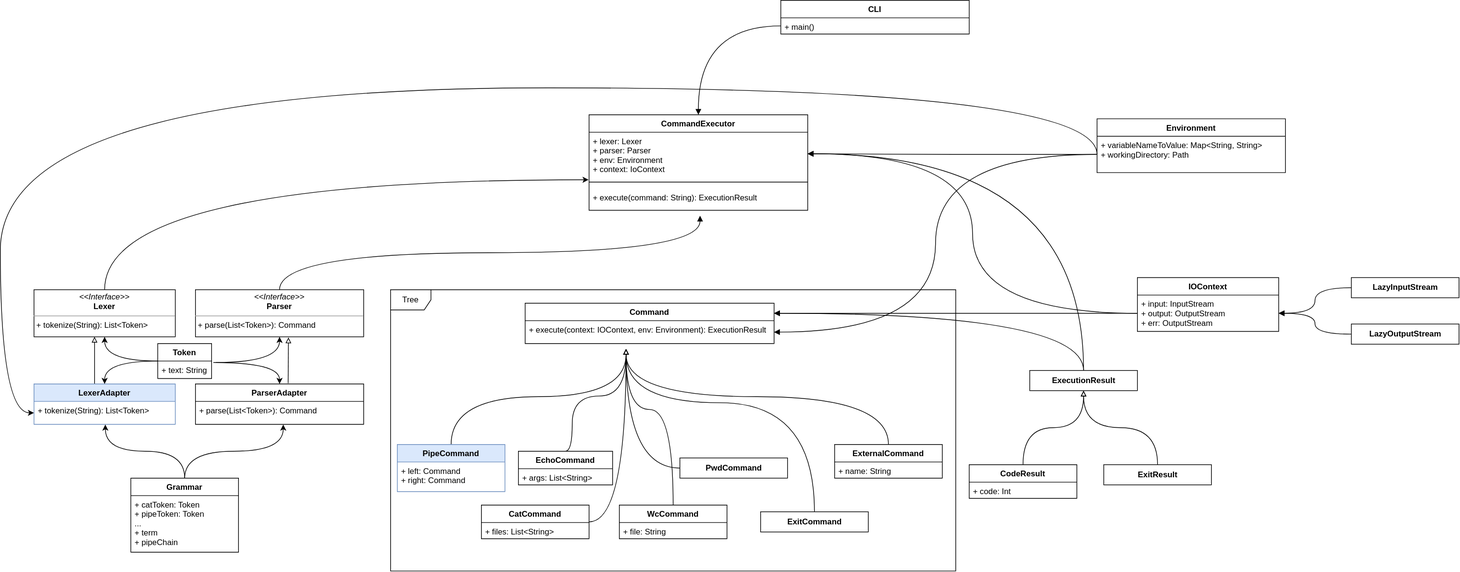
Earlier version of the draw.io export CLI Design.svg (kkarnauk/sd-hse-spring-2022). Source tidied: cells renumbered, new cells last; positions are measured from the earlier drawing's top-left corner, leaving out a move shared by most shapes.
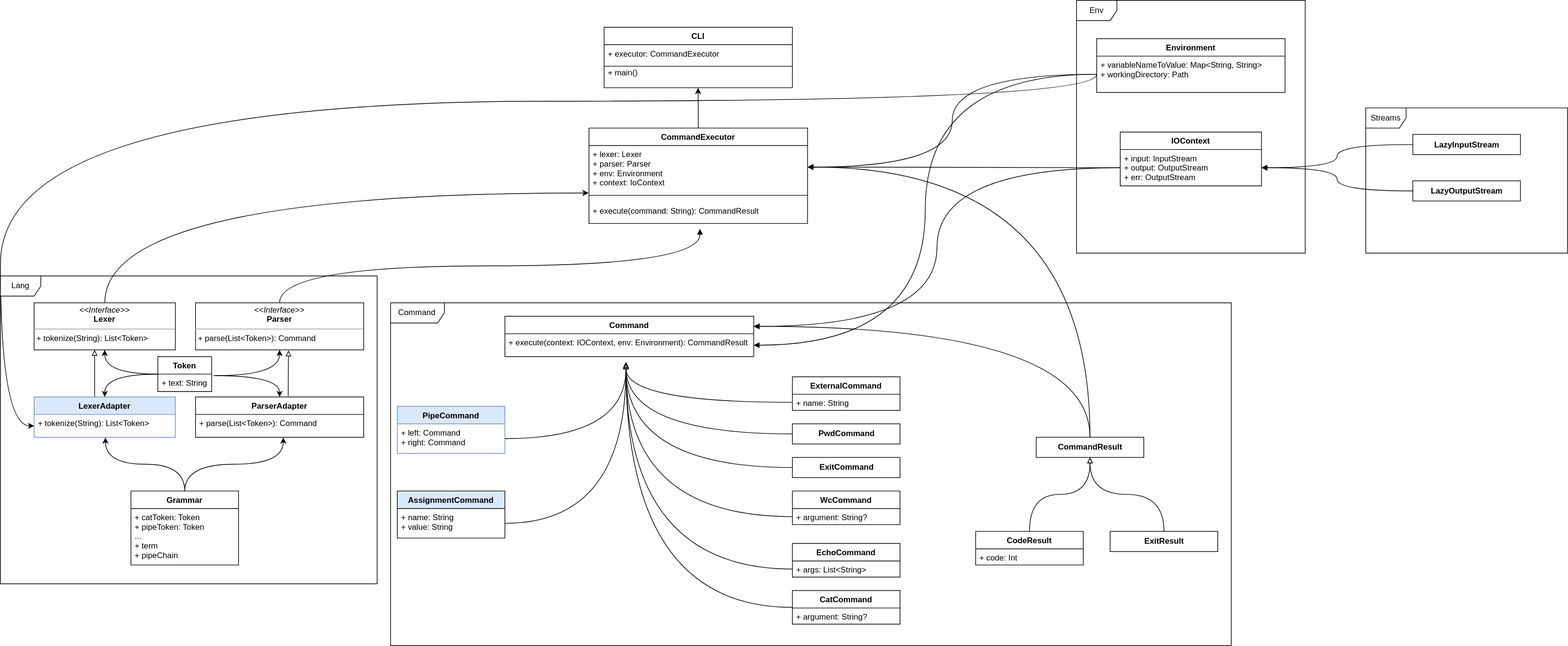
Later version of the same file.

Commit message:
Update design diagram and doc

What changed in the source:
```diff
@@ -2,9 +2,12 @@
   <root>
     <mxCell id="0" />
     <mxCell id="1" parent="0" />
-    <mxCell id="2" value="Tree" style="shape=umlFrame;whiteSpace=wrap;html=1;" parent="1" vertex="1">
-      <mxGeometry x="580" y="430" width="840" height="418" as="geometry" />
+    <mxCell id="2" value="Command" style="shape=umlFrame;whiteSpace=wrap;html=1;width=80;height=30;" parent="1" vertex="1">
+      <mxGeometry x="580" y="430" width="1250" height="510" as="geometry" />
     </mxCell>
+    <mxCell id="72" value="Env" style="shape=umlFrame;whiteSpace=wrap;html=1;" parent="1" vertex="1">
+      <mxGeometry x="1600" y="-20" width="340" height="376" as="geometry" />
+    </mxCell>
     <mxCell id="3" style="edgeStyle=orthogonalEdgeStyle;rounded=0;jettySize=auto;html=1;entryX=-0.002;entryY=1.103;entryDx=0;entryDy=0;entryPerimeter=0;endArrow=classic;endFill=1;curved=1;" parent="1" edge="1" source="4" target="34">
       <mxGeometry relative="1" as="geometry" />
     </mxCell>
@@ -54,13 +57,8 @@
     <mxCell id="16" value="+ catToken: Token&#10;+ pipeToken: Token&#10;...&#10;+ term&#10;+ pipeChain&#10;" style="text;strokeColor=none;fillColor=none;align=left;verticalAlign=top;spacingLeft=4;spacingRight=4;overflow=hidden;rounded=0;" parent="15" vertex="1">
       <mxGeometry y="26" width="160" height="84" as="geometry" />
     </mxCell>
-    <mxCell id="17" style="edgeStyle=orthogonalEdgeStyle;rounded=0;jettySize=auto;html=1;exitX=0.5;exitY=0;exitDx=0;exitDy=0;entryX=0.5;entryY=1;entryDx=0;entryDy=0;endArrow=block;endFill=0;curved=1;" parent="1" edge="1" source="18">
-      <mxGeometry relative="1" as="geometry">
-        <mxPoint x="930" y="518" as="targetPoint" />
-      </mxGeometry>
-    </mxCell>
     <mxCell id="18" value="PipeCommand" style="swimlane;fontStyle=1;align=center;verticalAlign=top;horizontal=1;startSize=26;rounded=0;fillColor=#dae8fc;strokeColor=#6c8ebf;" parent="1" vertex="1">
-      <mxGeometry x="590" y="660" width="160" height="70" as="geometry" />
+      <mxGeometry x="590" y="584" width="160" height="70" as="geometry" />
     </mxCell>
     <mxCell id="19" value="+ left: Command&#10;+ right: Command" style="text;strokeColor=none;fillColor=none;align=left;verticalAlign=top;spacingLeft=4;spacingRight=4;overflow=hidden;points=[[0,0.5],[1,0.5]];portConstraint=eastwest;rounded=0;" parent="18" vertex="1">
       <mxGeometry y="26" width="160" height="44" as="geometry" />
@@ -71,40 +69,21 @@
       </mxGeometry>
     </mxCell>
     <mxCell id="21" value="CatCommand" style="swimlane;fontStyle=1;align=center;verticalAlign=top;horizontal=1;startSize=26;rounded=0;" parent="1" vertex="1">
-      <mxGeometry x="715" y="750" width="160" height="50" as="geometry" />
+      <mxGeometry x="1177.5" y="858" width="160" height="50" as="geometry" />
     </mxCell>
-    <mxCell id="22" value="+ files: List&lt;String&gt;" style="text;strokeColor=none;fillColor=none;align=left;verticalAlign=top;spacingLeft=4;spacingRight=4;overflow=hidden;rounded=0;" parent="21" vertex="1">
+    <mxCell id="22" value="+ argument: String?" style="text;strokeColor=none;fillColor=none;align=left;verticalAlign=top;spacingLeft=4;spacingRight=4;overflow=hidden;rounded=0;" parent="21" vertex="1">
       <mxGeometry y="26" width="160" height="24" as="geometry" />
     </mxCell>
-    <mxCell id="23" style="edgeStyle=orthogonalEdgeStyle;rounded=0;jettySize=auto;html=1;endArrow=block;endFill=0;curved=1;exitX=0.5;exitY=0;exitDx=0;exitDy=0;" parent="1" edge="1" source="24">
-      <mxGeometry relative="1" as="geometry">
-        <mxPoint x="930" y="518" as="targetPoint" />
-        <Array as="points">
-          <mxPoint x="850" y="670" />
-          <mxPoint x="850" y="588" />
-          <mxPoint x="930" y="588" />
-        </Array>
-      </mxGeometry>
-    </mxCell>
     <mxCell id="24" value="EchoCommand" style="swimlane;fontStyle=1;align=center;verticalAlign=top;horizontal=1;startSize=26;rounded=0;" parent="1" vertex="1">
-      <mxGeometry x="770" y="670" width="140" height="50" as="geometry" />
+      <mxGeometry x="1177.5" y="788" width="160" height="50" as="geometry" />
     </mxCell>
     <mxCell id="25" value="+ args: List&lt;String&gt;" style="text;strokeColor=none;fillColor=none;align=left;verticalAlign=top;spacingLeft=4;spacingRight=4;overflow=hidden;points=[[0,0.5],[1,0.5]];portConstraint=eastwest;rounded=0;" parent="24" vertex="1">
-      <mxGeometry y="26" width="140" height="24" as="geometry" />
+      <mxGeometry y="26" width="160" height="24" as="geometry" />
     </mxCell>
-    <mxCell id="26" style="edgeStyle=orthogonalEdgeStyle;rounded=0;jettySize=auto;html=1;endArrow=block;endFill=0;curved=1;" parent="1" edge="1" source="27">
-      <mxGeometry relative="1" as="geometry">
-        <mxPoint x="930" y="518" as="targetPoint" />
-        <Array as="points">
-          <mxPoint x="1000" y="608" />
-          <mxPoint x="930" y="608" />
-        </Array>
-      </mxGeometry>
-    </mxCell>
     <mxCell id="27" value="WcCommand" style="swimlane;fontStyle=1;align=center;verticalAlign=top;horizontal=1;startSize=26;rounded=0;" parent="1" vertex="1">
-      <mxGeometry x="920" y="750" width="160" height="50" as="geometry" />
+      <mxGeometry x="1177.5" y="710" width="160" height="50" as="geometry" />
     </mxCell>
-    <mxCell id="28" value="+ file: String" style="text;strokeColor=none;fillColor=none;align=left;verticalAlign=top;spacingLeft=4;spacingRight=4;overflow=hidden;points=[[0,0.5],[1,0.5]];portConstraint=eastwest;rounded=0;" parent="27" vertex="1">
+    <mxCell id="28" value="+ argument: String?" style="text;strokeColor=none;fillColor=none;align=left;verticalAlign=top;spacingLeft=4;spacingRight=4;overflow=hidden;points=[[0,0.5],[1,0.5]];portConstraint=eastwest;rounded=0;" parent="27" vertex="1">
       <mxGeometry y="26" width="160" height="24" as="geometry" />
     </mxCell>
     <mxCell id="29" style="edgeStyle=orthogonalEdgeStyle;rounded=0;jettySize=auto;html=1;entryX=0.5;entryY=1;entryDx=0;entryDy=0;endArrow=block;endFill=0;curved=1;" parent="1" edge="1" source="30">
@@ -113,19 +92,15 @@
       </mxGeometry>
     </mxCell>
     <mxCell id="30" value="PwdCommand" style="html=1;fontStyle=1;rounded=0;" parent="1" vertex="1">
-      <mxGeometry x="1010" y="680" width="160" height="30" as="geometry" />
+      <mxGeometry x="1177.5" y="610" width="160" height="30" as="geometry" />
     </mxCell>
-    <mxCell id="31" style="edgeStyle=orthogonalEdgeStyle;rounded=0;jettySize=auto;html=1;endArrow=block;endFill=0;curved=1;entryX=0.5;entryY=1;entryDx=0;entryDy=0;exitX=0.5;exitY=0;exitDx=0;exitDy=0;" parent="1" edge="1" source="32">
-      <mxGeometry relative="1" as="geometry">
-        <mxPoint x="930" y="518" as="targetPoint" />
-        <Array as="points">
-          <mxPoint x="1210" y="598" />
-          <mxPoint x="930" y="598" />
-        </Array>
-      </mxGeometry>
-    </mxCell>
+    <mxCell id="73" style="edgeStyle=orthogonalEdgeStyle;curved=1;jettySize=auto;html=1;exitX=0;exitY=0.5;exitDx=0;exitDy=0;endArrow=block;endFill=0;" parent="1" edge="1" source="32">
+      <mxGeometry relative="1" as="geometry">
+        <mxPoint x="930" y="520" as="targetPoint" />
+      </mxGeometry>
+    </mxCell>
     <mxCell id="32" value="ExitCommand" style="html=1;fontStyle=1;rounded=0;" parent="1" vertex="1">
-      <mxGeometry x="1130" y="760" width="160" height="30" as="geometry" />
+      <mxGeometry x="1177.5" y="660" width="160" height="30" as="geometry" />
     </mxCell>
     <mxCell id="33" value="CommandExecutor" style="swimlane;fontStyle=1;align=center;verticalAlign=top;horizontal=1;startSize=26;rounded=0;" parent="1" vertex="1">
       <mxGeometry x="875" y="170" width="325" height="142" as="geometry" />
@@ -136,7 +111,7 @@
     <mxCell id="35" style="line;strokeWidth=1;fillColor=none;align=left;verticalAlign=middle;spacingTop=-1;spacingLeft=3;spacingRight=3;labelPosition=right;rounded=0;" parent="33" vertex="1">
       <mxGeometry y="90" width="325" height="20" as="geometry" />
     </mxCell>
-    <mxCell id="36" value="+ execute(command: String): ExecutionResult" style="text;strokeColor=none;fillColor=none;align=left;verticalAlign=top;spacingLeft=4;spacingRight=4;overflow=hidden;rounded=0;" parent="33" vertex="1">
+    <mxCell id="36" value="+ execute(command: String): CommandResult" style="text;strokeColor=none;fillColor=none;align=left;verticalAlign=top;spacingLeft=4;spacingRight=4;overflow=hidden;rounded=0;" parent="33" vertex="1">
       <mxGeometry y="110" width="325" height="32" as="geometry" />
     </mxCell>
     <mxCell id="37" style="edgeStyle=orthogonalEdgeStyle;curved=1;jettySize=auto;html=1;entryX=0.5;entryY=0;entryDx=0;entryDy=0;exitX=1.033;exitY=0.086;exitDx=0;exitDy=0;exitPerimeter=0;" parent="1" edge="1" source="41" target="11">
@@ -166,38 +141,30 @@
       <mxGeometry relative="1" as="geometry" />
     </mxCell>
     <mxCell id="43" value="Environment" style="swimlane;fontStyle=1;align=center;verticalAlign=top;horizontal=1;startSize=26;rounded=0;" parent="1" vertex="1">
-      <mxGeometry x="1630" y="176" width="280" height="80" as="geometry" />
+      <mxGeometry x="1630" y="37" width="280" height="80" as="geometry" />
     </mxCell>
     <mxCell id="44" value="+ variableNameToValue: Map&lt;String, String&gt;&#10;+ workingDirectory: Path" style="text;strokeColor=none;fillColor=none;align=left;verticalAlign=top;spacingLeft=4;spacingRight=4;overflow=hidden;points=[[0,0.5],[1,0.5]];portConstraint=eastwest;rounded=0;" parent="43" vertex="1">
       <mxGeometry y="26" width="280" height="54" as="geometry" />
     </mxCell>
-    <mxCell id="45" style="edgeStyle=orthogonalEdgeStyle;jettySize=auto;html=1;exitX=0.5;exitY=0;exitDx=0;exitDy=0;endArrow=block;endFill=0;curved=1;" parent="1" edge="1" source="46">
-      <mxGeometry relative="1" as="geometry">
-        <mxPoint x="930" y="518" as="targetPoint" />
-      </mxGeometry>
-    </mxCell>
     <mxCell id="46" value="ExternalCommand" style="swimlane;fontStyle=1;align=center;verticalAlign=top;horizontal=1;startSize=26;rounded=0;" parent="1" vertex="1">
-      <mxGeometry x="1240" y="660" width="160" height="50" as="geometry" />
+      <mxGeometry x="1177.5" y="540" width="160" height="50" as="geometry" />
     </mxCell>
     <mxCell id="47" value="+ name: String" style="text;strokeColor=none;fillColor=none;align=left;verticalAlign=top;spacingLeft=4;spacingRight=4;overflow=hidden;points=[[0,0.5],[1,0.5]];portConstraint=eastwest;rounded=0;" parent="46" vertex="1">
       <mxGeometry y="26" width="160" height="24" as="geometry" />
     </mxCell>
     <mxCell id="48" value="IOContext" style="swimlane;fontStyle=1;align=center;verticalAlign=top;horizontal=1;startSize=26;rounded=0;" parent="1" vertex="1">
-      <mxGeometry x="1690" y="412" width="210" height="80" as="geometry" />
+      <mxGeometry x="1665" y="176" width="210" height="80" as="geometry" />
     </mxCell>
     <mxCell id="49" value="+ input: InputStream&#10;+ output: OutputStream&#10;+ err: OutputStream" style="text;strokeColor=none;fillColor=none;align=left;verticalAlign=top;spacingLeft=4;spacingRight=4;overflow=hidden;points=[[0,0.5],[1,0.5]];portConstraint=eastwest;rounded=0;" parent="48" vertex="1">
       <mxGeometry y="26" width="210" height="54" as="geometry" />
     </mxCell>
     <mxCell id="50" value="Command" style="swimlane;fontStyle=1;align=center;verticalAlign=top;horizontal=1;startSize=26;rounded=0;" parent="1" vertex="1">
-      <mxGeometry x="780" y="450" width="370" height="60" as="geometry" />
+      <mxGeometry x="750" y="450" width="370" height="60" as="geometry" />
     </mxCell>
-    <mxCell id="51" value="+ execute(context: IOContext, env: Environment): ExecutionResult" style="text;strokeColor=none;fillColor=none;align=left;verticalAlign=top;spacingLeft=4;spacingRight=4;overflow=hidden;points=[[0,0.5],[1,0.5]];portConstraint=eastwest;rounded=0;" parent="50" vertex="1">
+    <mxCell id="51" value="+ execute(context: IOContext, env: Environment): CommandResult" style="text;strokeColor=none;fillColor=none;align=left;verticalAlign=top;spacingLeft=4;spacingRight=4;overflow=hidden;points=[[0,0.5],[1,0.5]];portConstraint=eastwest;rounded=0;" parent="50" vertex="1">
       <mxGeometry y="26" width="370" height="34" as="geometry" />
     </mxCell>
-    <mxCell id="52" style="edgeStyle=orthogonalEdgeStyle;rounded=0;jettySize=auto;html=1;exitX=0;exitY=0.5;exitDx=0;exitDy=0;entryX=1;entryY=0.5;entryDx=0;entryDy=0;endArrow=block;endFill=1;" parent="1" edge="1" source="44" target="34">
-      <mxGeometry relative="1" as="geometry" />
-    </mxCell>
-    <mxCell id="53" style="edgeStyle=orthogonalEdgeStyle;rounded=0;jettySize=auto;html=1;exitX=0;exitY=0.5;exitDx=0;exitDy=0;entryX=1;entryY=0.25;entryDx=0;entryDy=0;endArrow=block;endFill=1;" parent="1" edge="1" source="49" target="50">
+    <mxCell id="53" style="edgeStyle=orthogonalEdgeStyle;jettySize=auto;html=1;exitX=0;exitY=0.5;exitDx=0;exitDy=0;entryX=1;entryY=0.25;entryDx=0;entryDy=0;endArrow=block;endFill=1;curved=1;" parent="1" edge="1" source="49" target="50">
       <mxGeometry relative="1" as="geometry" />
     </mxCell>
     <mxCell id="54" style="edgeStyle=orthogonalEdgeStyle;curved=1;jettySize=auto;html=1;exitX=0.5;exitY=0;exitDx=0;exitDy=0;entryX=1;entryY=0.25;entryDx=0;entryDy=0;endArrow=block;endFill=1;" parent="1" edge="1" source="56" target="50">
@@ -206,14 +173,14 @@
     <mxCell id="55" style="edgeStyle=orthogonalEdgeStyle;curved=1;jettySize=auto;html=1;exitX=0.5;exitY=0;exitDx=0;exitDy=0;entryX=1;entryY=0.5;entryDx=0;entryDy=0;endArrow=block;endFill=1;" parent="1" edge="1" source="56" target="34">
       <mxGeometry relative="1" as="geometry" />
     </mxCell>
-    <mxCell id="56" value="ExecutionResult" style="html=1;fontStyle=1;rounded=0;" parent="1" vertex="1">
-      <mxGeometry x="1530" y="550" width="160" height="30" as="geometry" />
+    <mxCell id="56" value="CommandResult" style="html=1;fontStyle=1;rounded=0;" parent="1" vertex="1">
+      <mxGeometry x="1540" y="630" width="160" height="30" as="geometry" />
     </mxCell>
     <mxCell id="57" style="edgeStyle=orthogonalEdgeStyle;jettySize=auto;html=1;exitX=0.5;exitY=0;exitDx=0;exitDy=0;entryX=0.5;entryY=1;entryDx=0;entryDy=0;endArrow=block;endFill=0;curved=1;" parent="1" edge="1" source="58" target="56">
       <mxGeometry relative="1" as="geometry" />
     </mxCell>
     <mxCell id="58" value="CodeResult" style="swimlane;fontStyle=1;align=center;verticalAlign=top;horizontal=1;startSize=26;rounded=0;" parent="1" vertex="1">
-      <mxGeometry x="1440" y="690" width="160" height="50" as="geometry" />
+      <mxGeometry x="1450" y="770" width="160" height="50" as="geometry" />
     </mxCell>
     <mxCell id="59" value="+ code: Int" style="text;strokeColor=none;fillColor=none;align=left;verticalAlign=top;spacingLeft=4;spacingRight=4;overflow=hidden;rounded=0;" parent="58" vertex="1">
       <mxGeometry y="26" width="160" height="24" as="geometry" />
@@ -222,29 +189,29 @@
       <mxGeometry relative="1" as="geometry" />
     </mxCell>
     <mxCell id="61" value="ExitResult" style="html=1;fontStyle=1;rounded=0;" parent="1" vertex="1">
-      <mxGeometry x="1640" y="690" width="160" height="30" as="geometry" />
+      <mxGeometry x="1650" y="770" width="160" height="30" as="geometry" />
     </mxCell>
     <mxCell id="62" style="edgeStyle=orthogonalEdgeStyle;curved=1;jettySize=auto;html=1;exitX=0;exitY=0.5;exitDx=0;exitDy=0;entryX=1;entryY=0.5;entryDx=0;entryDy=0;endArrow=block;endFill=1;" parent="1" edge="1" source="63" target="49">
       <mxGeometry relative="1" as="geometry" />
     </mxCell>
     <mxCell id="63" value="LazyOutputStream" style="html=1;fontStyle=1;rounded=0;" parent="1" vertex="1">
-      <mxGeometry x="2008" y="481" width="160" height="30" as="geometry" />
+      <mxGeometry x="2100" y="248.5" width="160" height="30" as="geometry" />
     </mxCell>
     <mxCell id="64" style="edgeStyle=orthogonalEdgeStyle;curved=1;jettySize=auto;html=1;exitX=0;exitY=0.5;exitDx=0;exitDy=0;entryX=1;entryY=0.5;entryDx=0;entryDy=0;endArrow=block;endFill=1;" parent="1" edge="1" source="65" target="49">
       <mxGeometry relative="1" as="geometry" />
     </mxCell>
     <mxCell id="65" value="LazyInputStream" style="html=1;fontStyle=1;rounded=0;" parent="1" vertex="1">
-      <mxGeometry x="2008" y="412" width="160" height="30" as="geometry" />
+      <mxGeometry x="2100" y="179.5" width="160" height="30" as="geometry" />
     </mxCell>
     <mxCell id="66" value="CLI" style="swimlane;fontStyle=1;align=center;verticalAlign=top;horizontal=1;startSize=26;rounded=0;" parent="1" vertex="1">
-      <mxGeometry x="1160" width="280" height="50" as="geometry" />
+      <mxGeometry x="897.5" y="20" width="280" height="90" as="geometry" />
     </mxCell>
-    <mxCell id="67" value="+ main()" style="text;strokeColor=none;fillColor=none;align=left;verticalAlign=top;spacingLeft=4;spacingRight=4;overflow=hidden;points=[[0,0.5],[1,0.5]];portConstraint=eastwest;rounded=0;" parent="66" vertex="1">
-      <mxGeometry y="26" width="280" height="24" as="geometry" />
+    <mxCell id="67" value="+ executor: CommandExecutor&#10;&#10;+ main()&#10;" style="text;strokeColor=none;fillColor=none;align=left;verticalAlign=top;spacingLeft=4;spacingRight=4;overflow=hidden;points=[[0,0.5],[1,0.5]];portConstraint=eastwest;rounded=0;" parent="66" vertex="1">
+      <mxGeometry y="26" width="280" height="64" as="geometry" />
     </mxCell>
-    <mxCell id="68" style="edgeStyle=orthogonalEdgeStyle;curved=1;jettySize=auto;html=1;exitX=0;exitY=0.5;exitDx=0;exitDy=0;entryX=0.5;entryY=0;entryDx=0;entryDy=0;endArrow=block;endFill=1;" parent="1" edge="1" source="67" target="33">
-      <mxGeometry relative="1" as="geometry" />
-    </mxCell>
+    <mxCell id="74" style="endArrow=none;html=1;curved=1;exitX=0;exitY=0.5;exitDx=0;exitDy=0;entryX=1;entryY=0.5;entryDx=0;entryDy=0;" parent="66" edge="1" source="67" target="67">
+      <mxGeometry relative="1" as="geometry" />
+    </mxCell>
     <mxCell id="69" style="edgeStyle=orthogonalEdgeStyle;curved=1;jettySize=auto;html=1;exitX=0;exitY=0.5;exitDx=0;exitDy=0;entryX=1;entryY=0.5;entryDx=0;entryDy=0;endArrow=block;endFill=1;" parent="1" edge="1" source="44" target="51">
       <mxGeometry relative="1" as="geometry" />
     </mxCell>
@@ -260,5 +227,48 @@
         </Array>
       </mxGeometry>
     </mxCell>
+    <mxCell id="75" style="edgeStyle=orthogonalEdgeStyle;rounded=0;jettySize=auto;html=1;exitX=0.5;exitY=0;exitDx=0;exitDy=0;entryX=0.499;entryY=1.005;entryDx=0;entryDy=0;entryPerimeter=0;" parent="1" edge="1" source="33" target="67">
+      <mxGeometry relative="1" as="geometry" />
+    </mxCell>
+    <mxCell id="76" value="Lang" style="shape=umlFrame;whiteSpace=wrap;html=1;" parent="1" vertex="1">
+      <mxGeometry y="390" width="560" height="458" as="geometry" />
+    </mxCell>
+    <mxCell id="77" value="Streams" style="shape=umlFrame;whiteSpace=wrap;html=1;" parent="1" vertex="1">
+      <mxGeometry x="2030" y="140" width="300" height="216" as="geometry" />
+    </mxCell>
+    <mxCell id="78" value="AssignmentCommand" style="swimlane;fontStyle=1;align=center;verticalAlign=top;horizontal=1;startSize=26;rounded=0;labelBackgroundColor=none;fillColor=#DAE8FC;" parent="1" vertex="1">
+      <mxGeometry x="590" y="710" width="160" height="70" as="geometry" />
+    </mxCell>
+    <mxCell id="79" value="+ name: String&#10;+ value: String" style="text;strokeColor=none;fillColor=none;align=left;verticalAlign=top;spacingLeft=4;spacingRight=4;overflow=hidden;points=[[0,0.5],[1,0.5]];portConstraint=eastwest;rounded=0;" parent="78" vertex="1">
+      <mxGeometry y="26" width="160" height="44" as="geometry" />
+    </mxCell>
+    <mxCell id="80" style="edgeStyle=orthogonalEdgeStyle;curved=1;jettySize=auto;html=1;exitX=1;exitY=0.5;exitDx=0;exitDy=0;endArrow=block;endFill=0;" parent="1" edge="1" source="79">
+      <mxGeometry relative="1" as="geometry">
+        <mxPoint x="930" y="520" as="targetPoint" />
+      </mxGeometry>
+    </mxCell>
+    <mxCell id="81" style="edgeStyle=orthogonalEdgeStyle;curved=1;jettySize=auto;html=1;exitX=0;exitY=0.5;exitDx=0;exitDy=0;endArrow=block;endFill=0;" parent="1" edge="1" source="28">
+      <mxGeometry relative="1" as="geometry">
+        <mxPoint x="930" y="520" as="targetPoint" />
+      </mxGeometry>
+    </mxCell>
+    <mxCell id="82" style="edgeStyle=orthogonalEdgeStyle;curved=1;jettySize=auto;html=1;exitX=0;exitY=0.5;exitDx=0;exitDy=0;endArrow=block;endFill=0;" parent="1" edge="1" source="47">
+      <mxGeometry relative="1" as="geometry">
+        <mxPoint x="930" y="520" as="targetPoint" />
+      </mxGeometry>
+    </mxCell>
+    <mxCell id="83" style="edgeStyle=orthogonalEdgeStyle;curved=1;jettySize=auto;html=1;exitX=0;exitY=0.5;exitDx=0;exitDy=0;endArrow=block;endFill=0;" parent="1" edge="1" source="25">
+      <mxGeometry relative="1" as="geometry">
+        <mxPoint x="930" y="520" as="targetPoint" />
+      </mxGeometry>
+    </mxCell>
+    <mxCell id="84" style="edgeStyle=orthogonalEdgeStyle;curved=1;jettySize=auto;html=1;exitX=1;exitY=0.5;exitDx=0;exitDy=0;endArrow=block;endFill=0;" parent="1" edge="1" source="19">
+      <mxGeometry relative="1" as="geometry">
+        <mxPoint x="930" y="520" as="targetPoint" />
+      </mxGeometry>
+    </mxCell>
+    <mxCell id="52" style="edgeStyle=orthogonalEdgeStyle;curved=1;jettySize=auto;html=1;exitX=0;exitY=0.5;exitDx=0;exitDy=0;entryX=1;entryY=0.5;entryDx=0;entryDy=0;endArrow=block;endFill=0;" parent="1" edge="1" source="44" target="34">
+      <mxGeometry relative="1" as="geometry" />
+    </mxCell>
   </root>
 </mxGraphModel>
```
